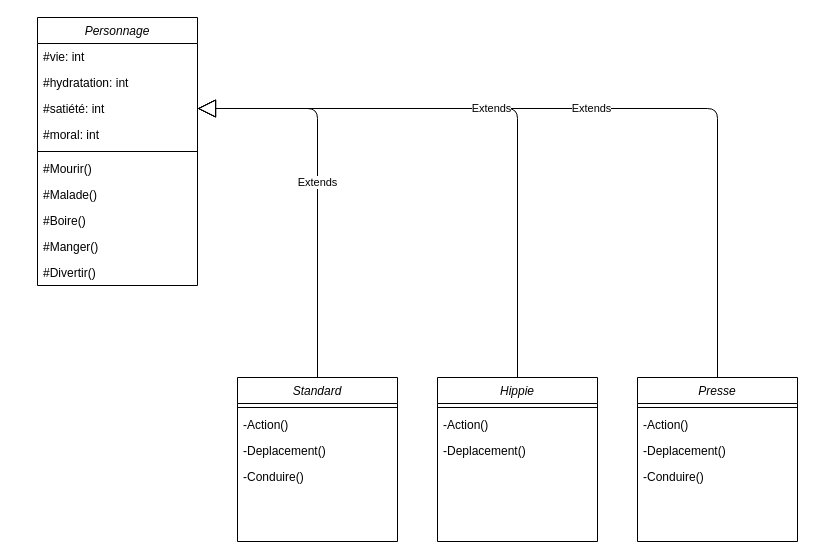
Above: Personnage.drawio in pedromp13/PJ_Modelisation_UML_2020_2021_Groupe1 (draw.io), before the change. Source tidied: cells renumbered, new cells numbered last; positions are measured from the earlier drawing's top-left corner, leaving out a move shared by most shapes. Both pictures are drawn from the tidied source at 100%, with x=0, y=0 at pixel (37, 17).
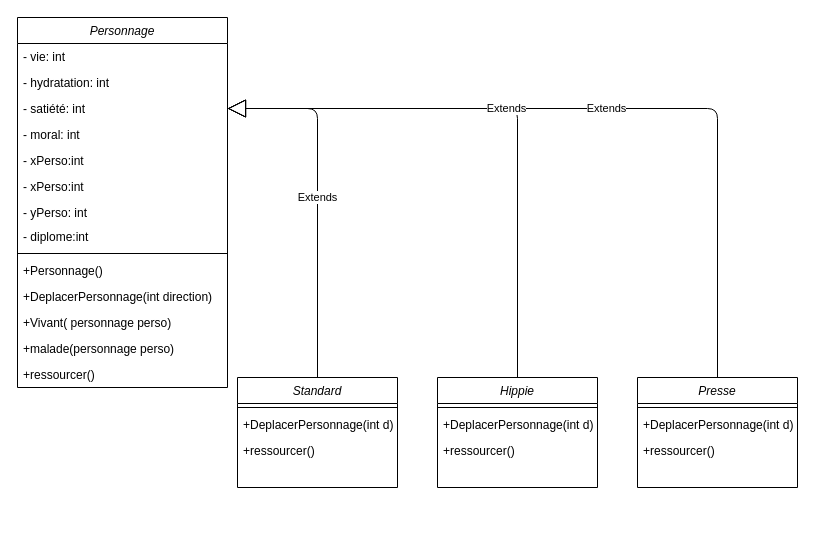
The same page after the edit.

Diff of the diagram source:
```diff
@@
     <mxCell id="2" value="Personnage&#10;" style="swimlane;fontStyle=2;align=center;verticalAlign=top;horizontal=1;startSize=26;rounded=0;shadow=0;strokeWidth=1;" parent="1" vertex="1">
-      <mxGeometry width="160" height="268" as="geometry" />
+      <mxGeometry x="-20" width="210" height="370" as="geometry" />
     </mxCell>
-    <mxCell id="3" value="#vie: int&#10;" style="text;align=left;verticalAlign=top;spacingLeft=4;spacingRight=4;overflow=hidden;" parent="2" vertex="1">
-      <mxGeometry y="26" width="160" height="26" as="geometry" />
+    <mxCell id="3" value="- vie: int&#10;" style="text;align=left;verticalAlign=top;spacingLeft=4;spacingRight=4;overflow=hidden;" parent="2" vertex="1">
+      <mxGeometry y="26" width="210" height="26" as="geometry" />
     </mxCell>
-    <mxCell id="4" value="#hydratation: int&#10;" style="text;align=left;verticalAlign=top;spacingLeft=4;spacingRight=4;overflow=hidden;rounded=0;shadow=0;html=0;" parent="2" vertex="1">
-      <mxGeometry y="52" width="160" height="26" as="geometry" />
+    <mxCell id="4" value="- hydratation: int&#10;" style="text;align=left;verticalAlign=top;spacingLeft=4;spacingRight=4;overflow=hidden;rounded=0;shadow=0;html=0;" parent="2" vertex="1">
+      <mxGeometry y="52" width="210" height="26" as="geometry" />
     </mxCell>
-    <mxCell id="5" value="#satiété: int&#10;" style="text;align=left;verticalAlign=top;spacingLeft=4;spacingRight=4;overflow=hidden;points=[[0,0.5],[1,0.5]];portConstraint=eastwest;rounded=0;shadow=0;html=0;" parent="2" vertex="1">
-      <mxGeometry y="78" width="160" height="26" as="geometry" />
+    <mxCell id="5" value="- satiété: int&#10;" style="text;align=left;verticalAlign=top;spacingLeft=4;spacingRight=4;overflow=hidden;points=[[0,0.5],[1,0.5]];portConstraint=eastwest;rounded=0;shadow=0;html=0;" parent="2" vertex="1">
+      <mxGeometry y="78" width="210" height="26" as="geometry" />
     </mxCell>
-    <mxCell id="6" value="#moral: int" style="text;align=left;verticalAlign=top;spacingLeft=4;spacingRight=4;overflow=hidden;rounded=0;shadow=0;html=0;" parent="2" vertex="1">
-      <mxGeometry y="104" width="160" height="26" as="geometry" />
+    <mxCell id="6" value="- moral: int" style="text;align=left;verticalAlign=top;spacingLeft=4;spacingRight=4;overflow=hidden;rounded=0;shadow=0;html=0;" parent="2" vertex="1">
+      <mxGeometry y="104" width="210" height="26" as="geometry" />
     </mxCell>
-    <mxCell id="7" style="line;html=1;strokeWidth=1;align=left;verticalAlign=middle;spacingTop=-1;spacingLeft=3;spacingRight=3;labelPosition=right;" parent="2" vertex="1">
-      <mxGeometry y="130" width="160" height="8" as="geometry" />
-    </mxCell>
-    <mxCell id="8" value="#Mourir()&#10;" style="text;align=left;verticalAlign=top;spacingLeft=4;spacingRight=4;overflow=hidden;" parent="2" vertex="1">
-      <mxGeometry y="138" width="160" height="26" as="geometry" />
+    <mxCell id="8" value="- xPerso:int&#10;" style="text;align=left;verticalAlign=top;spacingLeft=4;spacingRight=4;overflow=hidden;" parent="2" vertex="1">
+      <mxGeometry y="130" width="210" height="26" as="geometry" />
     </mxCell>
+    <mxCell id="30" value="- xPerso:int&#10;" style="text;align=left;verticalAlign=top;spacingLeft=4;spacingRight=4;overflow=hidden;" parent="2" vertex="1">
+      <mxGeometry y="156" width="210" height="26" as="geometry" />
+    </mxCell>
-    <mxCell id="9" value="#Malade()" style="text;align=left;verticalAlign=top;spacingLeft=4;spacingRight=4;overflow=hidden;" parent="2" vertex="1">
-      <mxGeometry y="164" width="160" height="26" as="geometry" />
+    <mxCell id="9" value="- yPerso: int" style="text;align=left;verticalAlign=top;spacingLeft=4;spacingRight=4;overflow=hidden;" parent="2" vertex="1">
+      <mxGeometry y="182" width="210" height="24" as="geometry" />
     </mxCell>
-    <mxCell id="10" value="#Boire()" style="text;align=left;verticalAlign=top;spacingLeft=4;spacingRight=4;overflow=hidden;" parent="2" vertex="1">
-      <mxGeometry y="190" width="160" height="26" as="geometry" />
+    <mxCell id="10" value="- diplome:int" style="text;align=left;verticalAlign=top;spacingLeft=4;spacingRight=4;overflow=hidden;" parent="2" vertex="1">
+      <mxGeometry y="206" width="210" height="26" as="geometry" />
     </mxCell>
+    <mxCell id="7" style="line;html=1;strokeWidth=1;align=left;verticalAlign=middle;spacingTop=-1;spacingLeft=3;spacingRight=3;labelPosition=right;" parent="2" vertex="1">
+      <mxGeometry y="232" width="210" height="8" as="geometry" />
+    </mxCell>
-    <mxCell id="11" value="#Manger()" style="text;align=left;verticalAlign=top;spacingLeft=4;spacingRight=4;overflow=hidden;" parent="2" vertex="1">
-      <mxGeometry y="216" width="160" height="26" as="geometry" />
+    <mxCell id="11" value="+Personnage()" style="text;align=left;verticalAlign=top;spacingLeft=4;spacingRight=4;overflow=hidden;" parent="2" vertex="1">
+      <mxGeometry y="240" width="210" height="26" as="geometry" />
     </mxCell>
-    <mxCell id="12" value="#Divertir()" style="text;align=left;verticalAlign=top;spacingLeft=4;spacingRight=4;overflow=hidden;" parent="2" vertex="1">
-      <mxGeometry y="242" width="160" height="26" as="geometry" />
+    <mxCell id="12" value="+DeplacerPersonnage(int direction)&#10;" style="text;align=left;verticalAlign=top;spacingLeft=4;spacingRight=4;overflow=hidden;" parent="2" vertex="1">
+      <mxGeometry y="266" width="210" height="26" as="geometry" />
     </mxCell>
+    <mxCell id="31" value="+Vivant( personnage perso)" style="text;align=left;verticalAlign=top;spacingLeft=4;spacingRight=4;overflow=hidden;rounded=0;shadow=0;html=0;" parent="2" vertex="1">
+      <mxGeometry y="292" width="210" height="26" as="geometry" />
+    </mxCell>
+    <mxCell id="32" value="+malade(personnage perso)" style="text;align=left;verticalAlign=top;spacingLeft=4;spacingRight=4;overflow=hidden;rounded=0;shadow=0;html=0;" parent="2" vertex="1">
+      <mxGeometry y="318" width="210" height="26" as="geometry" />
+    </mxCell>
+    <mxCell id="33" value="+ressourcer()" style="text;align=left;verticalAlign=top;spacingLeft=4;spacingRight=4;overflow=hidden;" parent="2" vertex="1">
+      <mxGeometry y="344" width="210" height="26" as="geometry" />
+    </mxCell>
     <mxCell id="13" value="Standard" style="swimlane;fontStyle=2;align=center;verticalAlign=top;horizontal=1;startSize=26;rounded=0;shadow=0;strokeWidth=1;" parent="1" vertex="1">
-      <mxGeometry x="200" y="360" width="160" height="164" as="geometry" />
+      <mxGeometry x="200" y="360" width="160" height="110" as="geometry" />
     </mxCell>
@@
-    <mxCell id="15" value="-Action()" style="text;align=left;verticalAlign=top;spacingLeft=4;spacingRight=4;overflow=hidden;" parent="13" vertex="1">
+    <mxCell id="15" value="+DeplacerPersonnage(int d)" style="text;align=left;verticalAlign=top;spacingLeft=4;spacingRight=4;overflow=hidden;" parent="13" vertex="1">
       <mxGeometry y="34" width="160" height="26" as="geometry" />
     </mxCell>
-    <mxCell id="16" value="-Deplacement()" style="text;align=left;verticalAlign=top;spacingLeft=4;spacingRight=4;overflow=hidden;" parent="13" vertex="1">
+    <mxCell id="16" value="+ressourcer()&#10;" style="text;align=left;verticalAlign=top;spacingLeft=4;spacingRight=4;overflow=hidden;" parent="13" vertex="1">
       <mxGeometry y="60" width="160" height="26" as="geometry" />
     </mxCell>
-    <mxCell id="17" value="-Conduire()" style="text;align=left;verticalAlign=top;spacingLeft=4;spacingRight=4;overflow=hidden;" parent="13" vertex="1">
-      <mxGeometry y="86" width="160" height="26" as="geometry" />
-    </mxCell>
     <mxCell id="18" value="Hippie" style="swimlane;fontStyle=2;align=center;verticalAlign=top;horizontal=1;startSize=26;rounded=0;shadow=0;strokeWidth=1;" parent="1" vertex="1">
-      <mxGeometry x="400" y="360" width="160" height="164" as="geometry" />
+      <mxGeometry x="400" y="360" width="160" height="110" as="geometry" />
     </mxCell>
@@
-    <mxCell id="20" value="-Action()" style="text;align=left;verticalAlign=top;spacingLeft=4;spacingRight=4;overflow=hidden;" parent="18" vertex="1">
+    <mxCell id="20" value="+DeplacerPersonnage(int d)" style="text;align=left;verticalAlign=top;spacingLeft=4;spacingRight=4;overflow=hidden;" parent="18" vertex="1">
       <mxGeometry y="34" width="160" height="26" as="geometry" />
     </mxCell>
-    <mxCell id="21" value="-Deplacement()" style="text;align=left;verticalAlign=top;spacingLeft=4;spacingRight=4;overflow=hidden;" parent="18" vertex="1">
+    <mxCell id="21" value="+ressourcer()" style="text;align=left;verticalAlign=top;spacingLeft=4;spacingRight=4;overflow=hidden;" parent="18" vertex="1">
       <mxGeometry y="60" width="160" height="26" as="geometry" />
     </mxCell>
     <mxCell id="22" value="Presse" style="swimlane;fontStyle=2;align=center;verticalAlign=top;horizontal=1;startSize=26;rounded=0;shadow=0;strokeWidth=1;" parent="1" vertex="1">
-      <mxGeometry x="600" y="360" width="160" height="164" as="geometry" />
+      <mxGeometry x="600" y="360" width="160" height="110" as="geometry" />
     </mxCell>
@@
-    <mxCell id="24" value="-Action()" style="text;align=left;verticalAlign=top;spacingLeft=4;spacingRight=4;overflow=hidden;" parent="22" vertex="1">
+    <mxCell id="24" value="+DeplacerPersonnage(int d)" style="text;align=left;verticalAlign=top;spacingLeft=4;spacingRight=4;overflow=hidden;" parent="22" vertex="1">
       <mxGeometry y="34" width="160" height="26" as="geometry" />
     </mxCell>
-    <mxCell id="25" value="-Deplacement()" style="text;align=left;verticalAlign=top;spacingLeft=4;spacingRight=4;overflow=hidden;" parent="22" vertex="1">
+    <mxCell id="25" value="+ressourcer()&#10;" style="text;align=left;verticalAlign=top;spacingLeft=4;spacingRight=4;overflow=hidden;" parent="22" vertex="1">
       <mxGeometry y="60" width="160" height="26" as="geometry" />
     </mxCell>
-    <mxCell id="26" value="-Conduire()" style="text;align=left;verticalAlign=top;spacingLeft=4;spacingRight=4;overflow=hidden;" parent="22" vertex="1">
-      <mxGeometry y="86" width="160" height="26" as="geometry" />
-    </mxCell>
```
